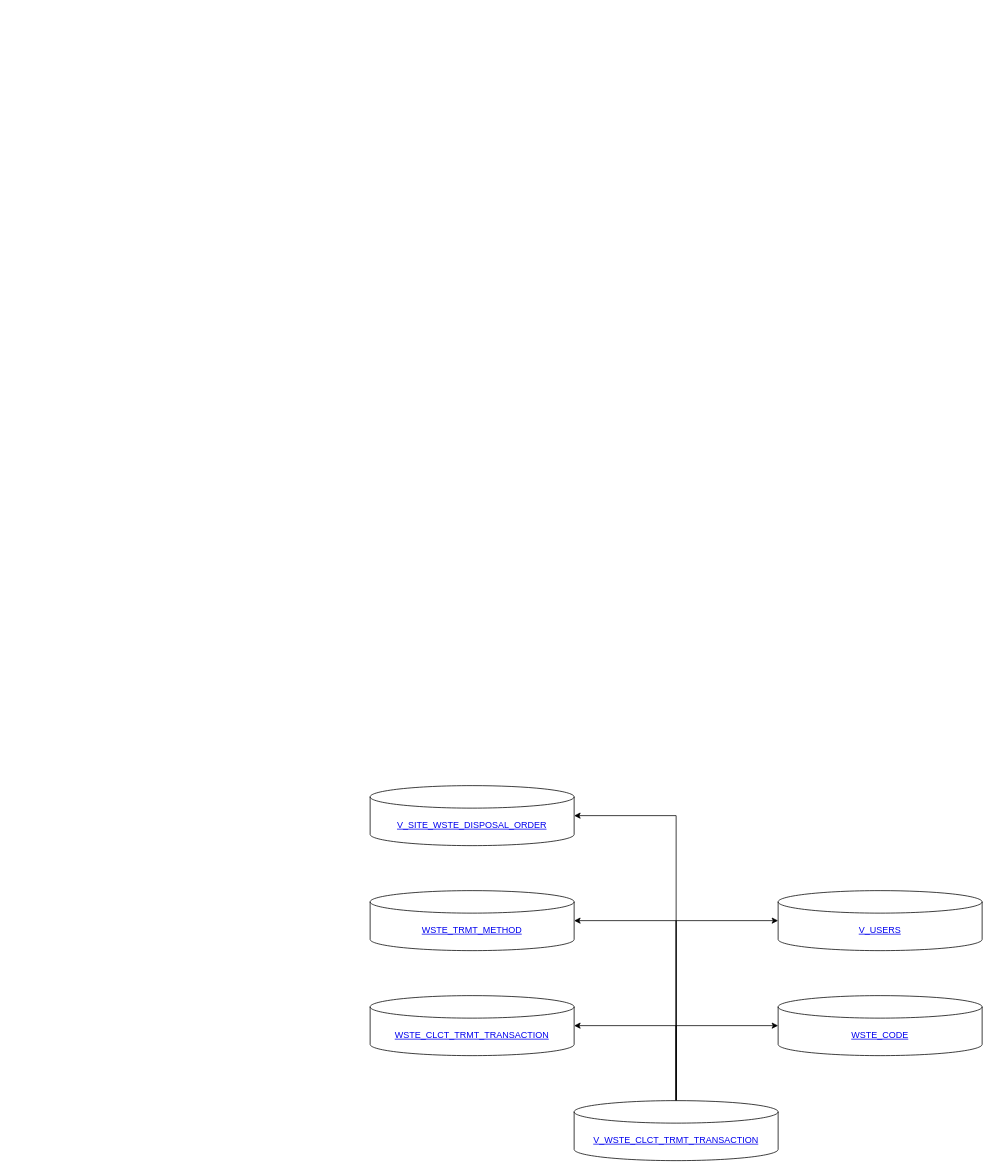
Earlier version of the draw.io diagram V_WSTE_CLCT_TRMT_TRANSACTION.drawio (Leo-Nam/chium_draw). Source tidied: cells renumbered, new cells numbered last; positions are measured from the earlier drawing's top-left corner, leaving out a move shared by most shapes. Both pictures are drawn from the tidied source at 75%, with x=0, y=0 at pixel (370, 785).
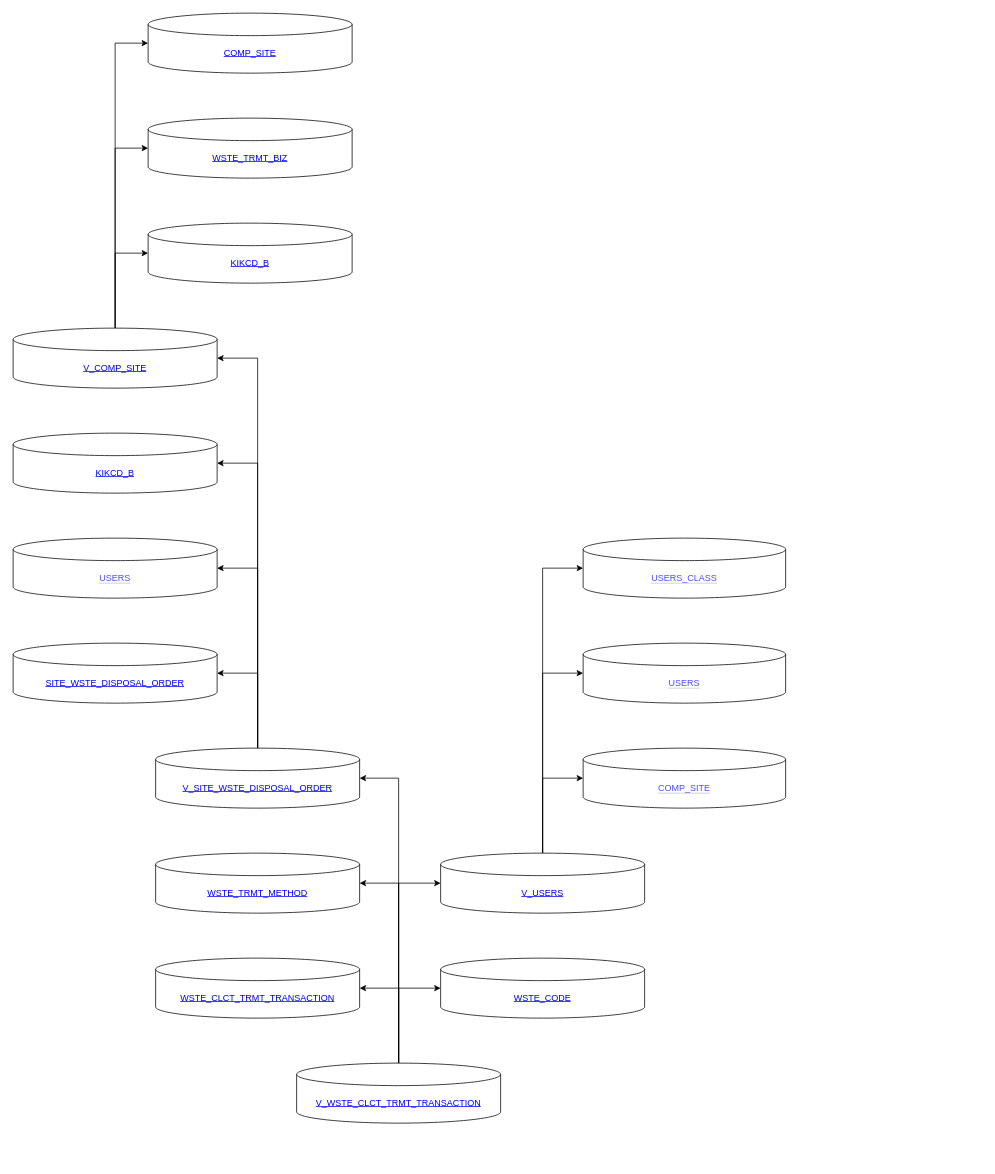
Above is the later version.

Commit message (it also covers changes not shown here):
sp_insert_collector_wste_lists

What changed in the source:
```diff
@@
     <mxCell id="7" value="&lt;a href=&quot;https://www.notion.so/V_WSTE_CLCT_TRMT_TRANSACTION-50a59a28f7f045458df821a0f36ceae9&quot;&gt;V_WSTE_CLCT_TRMT_TRANSACTION&lt;/a&gt;" style="shape=cylinder3;whiteSpace=wrap;html=1;boundedLbl=1;backgroundOutline=1;size=15;" parent="1" vertex="1">
-      <mxGeometry x="272" y="420" width="272" height="80" as="geometry" />
+      <mxGeometry x="-98" y="370" width="272" height="80" as="geometry" />
     </mxCell>
     <mxCell id="8" value="&lt;a href=&quot;https://www.notion.so/WSTE_CODE-175e5e265bfe42e9805a9837d574ab99&quot;&gt;WSTE_CODE&lt;/a&gt;" style="shape=cylinder3;whiteSpace=wrap;html=1;boundedLbl=1;backgroundOutline=1;size=15;" parent="1" vertex="1">
-      <mxGeometry x="544" y="280" width="272" height="80" as="geometry" />
+      <mxGeometry x="94" y="230" width="272" height="80" as="geometry" />
     </mxCell>
     <mxCell id="9" value="&lt;a href=&quot;https://www.notion.so/WSTE_CLCT_TRMT_TRANSACTION-dc8e048eedd5407a8a23f992bda8efc4&quot;&gt;WSTE_CLCT_TRMT_TRANSACTION&lt;/a&gt;" style="shape=cylinder3;whiteSpace=wrap;html=1;boundedLbl=1;backgroundOutline=1;size=15;" parent="1" vertex="1">
-      <mxGeometry y="280" width="272" height="80" as="geometry" />
+      <mxGeometry x="-286" y="230" width="272" height="80" as="geometry" />
     </mxCell>
+    <mxCell id="13" style="edgeStyle=orthogonalEdgeStyle;rounded=0;jettySize=auto;html=1;entryX=0;entryY=0.5;entryDx=0;entryDy=0;entryPerimeter=0;" parent="1" edge="1" source="10" target="20">
+      <mxGeometry relative="1" as="geometry" />
+    </mxCell>
+    <mxCell id="14" style="edgeStyle=orthogonalEdgeStyle;rounded=0;jettySize=auto;html=1;entryX=0;entryY=0.5;entryDx=0;entryDy=0;entryPerimeter=0;" parent="1" edge="1" source="10" target="21">
+      <mxGeometry relative="1" as="geometry" />
+    </mxCell>
+    <mxCell id="15" style="edgeStyle=orthogonalEdgeStyle;rounded=0;jettySize=auto;html=1;entryX=0;entryY=0.5;entryDx=0;entryDy=0;entryPerimeter=0;" parent="1" edge="1" source="10" target="22">
+      <mxGeometry relative="1" as="geometry" />
+    </mxCell>
     <mxCell id="10" value="&lt;a href=&quot;https://www.notion.so/V_USERS-2e64c91f665241e19218d7da410b5579&quot;&gt;V_USERS&lt;/a&gt;" style="shape=cylinder3;whiteSpace=wrap;html=1;boundedLbl=1;backgroundOutline=1;size=15;" parent="1" vertex="1">
-      <mxGeometry x="544" y="140" width="272" height="80" as="geometry" />
+      <mxGeometry x="94" y="90" width="272" height="80" as="geometry" />
     </mxCell>
     <mxCell id="11" value="&lt;a href=&quot;https://www.notion.so/WSTE_TRMT_METHOD-bdce0627723c4bbfb932564e496a94e5&quot;&gt;WSTE_TRMT_METHOD&lt;/a&gt;" style="shape=cylinder3;whiteSpace=wrap;html=1;boundedLbl=1;backgroundOutline=1;size=15;" parent="1" vertex="1">
-      <mxGeometry y="140" width="272" height="80" as="geometry" />
+      <mxGeometry x="-286" y="90" width="272" height="80" as="geometry" />
     </mxCell>
+    <mxCell id="16" style="edgeStyle=orthogonalEdgeStyle;rounded=0;jettySize=auto;html=1;entryX=1;entryY=0.5;entryDx=0;entryDy=0;entryPerimeter=0;" parent="1" edge="1" source="12" target="23">
+      <mxGeometry relative="1" as="geometry" />
+    </mxCell>
+    <mxCell id="17" style="edgeStyle=orthogonalEdgeStyle;rounded=0;jettySize=auto;html=1;entryX=1;entryY=0.5;entryDx=0;entryDy=0;entryPerimeter=0;" parent="1" edge="1" source="12" target="24">
+      <mxGeometry relative="1" as="geometry" />
+    </mxCell>
+    <mxCell id="18" style="edgeStyle=orthogonalEdgeStyle;rounded=0;jettySize=auto;html=1;entryX=1;entryY=0.5;entryDx=0;entryDy=0;entryPerimeter=0;" parent="1" edge="1" source="12" target="25">
+      <mxGeometry relative="1" as="geometry" />
+    </mxCell>
+    <mxCell id="19" style="edgeStyle=orthogonalEdgeStyle;rounded=0;jettySize=auto;html=1;entryX=1;entryY=0.5;entryDx=0;entryDy=0;entryPerimeter=0;" parent="1" edge="1" source="12" target="29">
+      <mxGeometry relative="1" as="geometry" />
+    </mxCell>
     <mxCell id="12" value="&lt;a href=&quot;https://www.notion.so/V_SITE_WSTE_DISPOSAL_ORDER-e29dd404236f49fdbafb111c13d11a45&quot;&gt;V_SITE_WSTE_DISPOSAL_ORDER&lt;/a&gt;" style="shape=cylinder3;whiteSpace=wrap;html=1;boundedLbl=1;backgroundOutline=1;size=15;" parent="1" vertex="1">
-      <mxGeometry width="272" height="80" as="geometry" />
+      <mxGeometry x="-286" y="-50" width="272" height="80" as="geometry" />
     </mxCell>
+    <mxCell id="20" value="&lt;a href=&quot;/accb03cb0e274fda9f742a88703b821a&quot; style=&quot;cursor: pointer ; overflow-wrap: break-word ; text-decoration: inherit&quot; class=&quot;notion-link-token notion-enable-hover&quot; target=&quot;_blank&quot;&gt;&lt;span style=&quot;border-bottom: 0.05em solid ; border-color: rgba(55 , 53 , 47 , 0.4) ; opacity: 0.7&quot; class=&quot;link-annotation-unknown-block-id--21477434&quot;&gt;COMP_SITE&lt;/span&gt;&lt;/a&gt;" style="shape=cylinder3;whiteSpace=wrap;html=1;boundedLbl=1;backgroundOutline=1;size=15;" parent="1" vertex="1">
+      <mxGeometry x="284" y="-50" width="270" height="80" as="geometry" />
+    </mxCell>
+    <mxCell id="21" value="&lt;a href=&quot;https://app.diagrams.net/20656cfbb07d4dedb33482dccb7d81cd&quot; class=&quot;notion-link-token notion-enable-hover&quot; target=&quot;_blank&quot; style=&quot;cursor: pointer ; overflow-wrap: break-word ; text-decoration: inherit&quot;&gt;&lt;span class=&quot;link-annotation-unknown-block-id-1335199984&quot; style=&quot;border-bottom: 0.05em solid rgba(55 , 53 , 47 , 0.4) ; border-top-color: rgba(55 , 53 , 47 , 0.4) ; border-right-color: rgba(55 , 53 , 47 , 0.4) ; border-left-color: rgba(55 , 53 , 47 , 0.4) ; opacity: 0.7&quot;&gt;USERS&lt;/span&gt;&lt;/a&gt;" style="shape=cylinder3;whiteSpace=wrap;html=1;boundedLbl=1;backgroundOutline=1;size=15;" parent="1" vertex="1">
+      <mxGeometry x="284" y="-190" width="270" height="80" as="geometry" />
+    </mxCell>
+    <mxCell id="22" value="&lt;a href=&quot;https://app.diagrams.net/52fe0d8cd7ea48169d8484fe5fe29c23&quot; class=&quot;notion-link-token notion-enable-hover&quot; target=&quot;_blank&quot; style=&quot;cursor: pointer ; overflow-wrap: break-word ; text-decoration: inherit&quot;&gt;&lt;span class=&quot;link-annotation-unknown-block-id-550156237&quot; style=&quot;border-bottom: 0.05em solid rgba(55 , 53 , 47 , 0.4) ; border-top-color: rgba(55 , 53 , 47 , 0.4) ; border-right-color: rgba(55 , 53 , 47 , 0.4) ; border-left-color: rgba(55 , 53 , 47 , 0.4) ; opacity: 0.7&quot;&gt;USERS_CLASS&lt;/span&gt;&lt;/a&gt;" style="shape=cylinder3;whiteSpace=wrap;html=1;boundedLbl=1;backgroundOutline=1;size=15;" parent="1" vertex="1">
+      <mxGeometry x="284" y="-330" width="270" height="80" as="geometry" />
+    </mxCell>
+    <mxCell id="23" value="&lt;a href=&quot;https://www.notion.so/SITE_WSTE_DISPOSAL_ORDER-cc2a6bbd0594404d81524e8ef401bf67&quot;&gt;SITE_WSTE_DISPOSAL_ORDER&lt;/a&gt;" style="shape=cylinder3;whiteSpace=wrap;html=1;boundedLbl=1;backgroundOutline=1;size=15;" parent="1" vertex="1">
+      <mxGeometry x="-476" y="-190" width="272" height="80" as="geometry" />
+    </mxCell>
+    <mxCell id="24" value="&lt;a href=&quot;https://app.diagrams.net/20656cfbb07d4dedb33482dccb7d81cd&quot; class=&quot;notion-link-token notion-enable-hover&quot; target=&quot;_blank&quot; style=&quot;cursor: pointer ; overflow-wrap: break-word ; text-decoration: inherit&quot;&gt;&lt;span class=&quot;link-annotation-unknown-block-id-1335199984&quot; style=&quot;border-bottom: 0.05em solid rgba(55 , 53 , 47 , 0.4) ; border-top-color: rgba(55 , 53 , 47 , 0.4) ; border-right-color: rgba(55 , 53 , 47 , 0.4) ; border-left-color: rgba(55 , 53 , 47 , 0.4) ; opacity: 0.7&quot;&gt;USERS&lt;/span&gt;&lt;/a&gt;" style="shape=cylinder3;whiteSpace=wrap;html=1;boundedLbl=1;backgroundOutline=1;size=15;" parent="1" vertex="1">
+      <mxGeometry x="-476" y="-330" width="272" height="80" as="geometry" />
+    </mxCell>
+    <mxCell id="25" value="&lt;a href=&quot;https://www.notion.so/KIKCD_B-695bb336fb2449b2a98281f66144ed82&quot;&gt;KIKCD_B&lt;/a&gt;" style="shape=cylinder3;whiteSpace=wrap;html=1;boundedLbl=1;backgroundOutline=1;size=15;" parent="1" vertex="1">
+      <mxGeometry x="-476" y="-470" width="272" height="80" as="geometry" />
+    </mxCell>
+    <mxCell id="26" style="edgeStyle=orthogonalEdgeStyle;rounded=0;jettySize=auto;html=1;entryX=0;entryY=0.5;entryDx=0;entryDy=0;entryPerimeter=0;" parent="1" edge="1" source="29" target="30">
+      <mxGeometry relative="1" as="geometry" />
+    </mxCell>
+    <mxCell id="27" style="edgeStyle=orthogonalEdgeStyle;rounded=0;jettySize=auto;html=1;entryX=0;entryY=0.5;entryDx=0;entryDy=0;entryPerimeter=0;" parent="1" edge="1" source="29" target="31">
+      <mxGeometry relative="1" as="geometry" />
+    </mxCell>
+    <mxCell id="28" style="edgeStyle=orthogonalEdgeStyle;rounded=0;jettySize=auto;html=1;entryX=0;entryY=0.5;entryDx=0;entryDy=0;entryPerimeter=0;" parent="1" edge="1" source="29" target="32">
+      <mxGeometry relative="1" as="geometry" />
+    </mxCell>
+    <mxCell id="29" value="&lt;a href=&quot;https://www.notion.so/V_COMP_SITE-dd7f1f5f29f04d4b98f8a8c43bba214c&quot;&gt;V_COMP_SITE&lt;/a&gt;" style="shape=cylinder3;whiteSpace=wrap;html=1;boundedLbl=1;backgroundOutline=1;size=15;" parent="1" vertex="1">
+      <mxGeometry x="-476" y="-610" width="272" height="80" as="geometry" />
+    </mxCell>
+    <mxCell id="30" value="&lt;a href=&quot;https://www.notion.so/KIKCD_B-695bb336fb2449b2a98281f66144ed82&quot;&gt;KIKCD_B&lt;/a&gt;" style="shape=cylinder3;whiteSpace=wrap;html=1;boundedLbl=1;backgroundOutline=1;size=15;" parent="1" vertex="1">
+      <mxGeometry x="-296" y="-750" width="272" height="80" as="geometry" />
+    </mxCell>
+    <mxCell id="31" value="&lt;a href=&quot;https://www.notion.so/WSTE_TRMT_BIZ-700cc7c5d25548ac8623f703b8fb7b35&quot;&gt;WSTE_TRMT_BIZ&lt;/a&gt;" style="shape=cylinder3;whiteSpace=wrap;html=1;boundedLbl=1;backgroundOutline=1;size=15;" parent="1" vertex="1">
+      <mxGeometry x="-296" y="-890" width="272" height="80" as="geometry" />
+    </mxCell>
+    <mxCell id="32" value="&lt;a href=&quot;https://www.notion.so/COMP_SITE-accb03cb0e274fda9f742a88703b821a&quot;&gt;COMP_SITE&lt;/a&gt;" style="shape=cylinder3;whiteSpace=wrap;html=1;boundedLbl=1;backgroundOutline=1;size=15;" parent="1" vertex="1">
+      <mxGeometry x="-296" y="-1030" width="272" height="80" as="geometry" />
+    </mxCell>
```
